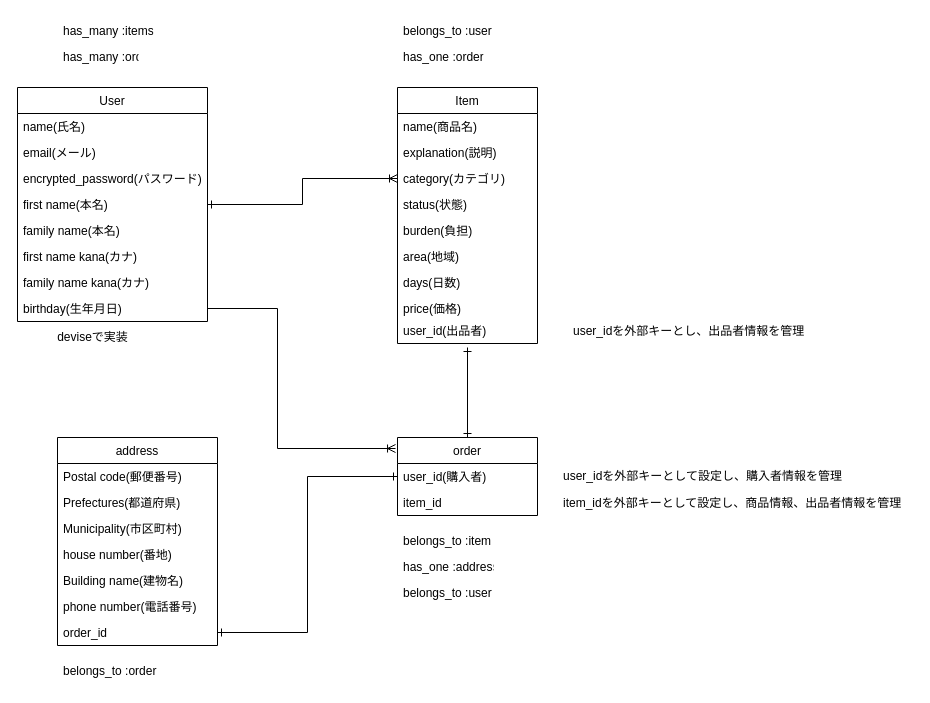
Earlier version of the draw.io diagram Drow.dio (nannano-sys/furima-31163). Source tidied: cells renumbered, new cells numbered last; positions are measured from the earlier drawing's top-left corner, leaving out a move shared by most shapes. Both pictures are drawn from the tidied source at 100%, with x=0, y=0 at pixel (17, 17).
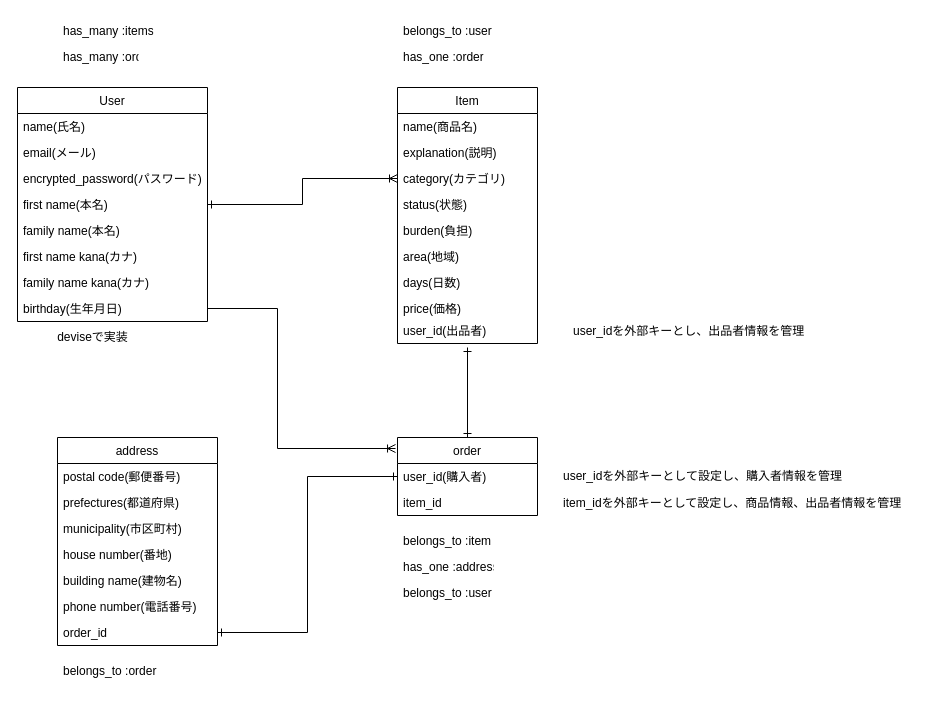
After the change.

Commit message:
Drowの表記を修正

Unchanged cells that the change refers to:
```xml
<mxCell id="40" value="address" style="swimlane;fontStyle=0;horizontal=1;startSize=26;fillColor=none;" parent="1" vertex="1">
  <mxGeometry x="40" y="420" width="160" height="208" as="geometry" />
</mxCell>
```

What changed in the source:
```diff
@@
-    <mxCell id="41" value="Postal code(郵便番号)" style="text;strokeColor=none;fillColor=none;align=left;verticalAlign=top;spacingLeft=4;spacingRight=4;overflow=hidden;" parent="40" vertex="1">
+    <mxCell id="41" value="postal code(郵便番号)" style="text;strokeColor=none;fillColor=none;align=left;verticalAlign=top;spacingLeft=4;spacingRight=4;overflow=hidden;" parent="40" vertex="1">
       <mxGeometry y="26" width="160" height="26" as="geometry" />
     </mxCell>
-    <mxCell id="42" value="Prefectures(都道府県)" style="text;strokeColor=none;fillColor=none;align=left;verticalAlign=top;spacingLeft=4;spacingRight=4;overflow=hidden;" parent="40" vertex="1">
+    <mxCell id="42" value="prefectures(都道府県)" style="text;strokeColor=none;fillColor=none;align=left;verticalAlign=top;spacingLeft=4;spacingRight=4;overflow=hidden;" parent="40" vertex="1">
       <mxGeometry y="52" width="160" height="26" as="geometry" />
     </mxCell>
-    <mxCell id="43" value="Municipality(市区町村)" style="text;strokeColor=none;fillColor=none;align=left;verticalAlign=top;spacingLeft=4;spacingRight=4;overflow=hidden;" parent="40" vertex="1">
+    <mxCell id="43" value="municipality(市区町村)" style="text;strokeColor=none;fillColor=none;align=left;verticalAlign=top;spacingLeft=4;spacingRight=4;overflow=hidden;" parent="40" vertex="1">
       <mxGeometry y="78" width="160" height="26" as="geometry" />
     </mxCell>
@@
-    <mxCell id="45" value="Building name(建物名)" style="text;strokeColor=none;fillColor=none;align=left;verticalAlign=top;spacingLeft=4;spacingRight=4;overflow=hidden;" parent="40" vertex="1">
+    <mxCell id="45" value="building name(建物名)" style="text;strokeColor=none;fillColor=none;align=left;verticalAlign=top;spacingLeft=4;spacingRight=4;overflow=hidden;" parent="40" vertex="1">
       <mxGeometry y="130" width="160" height="26" as="geometry" />
     </mxCell>
```
